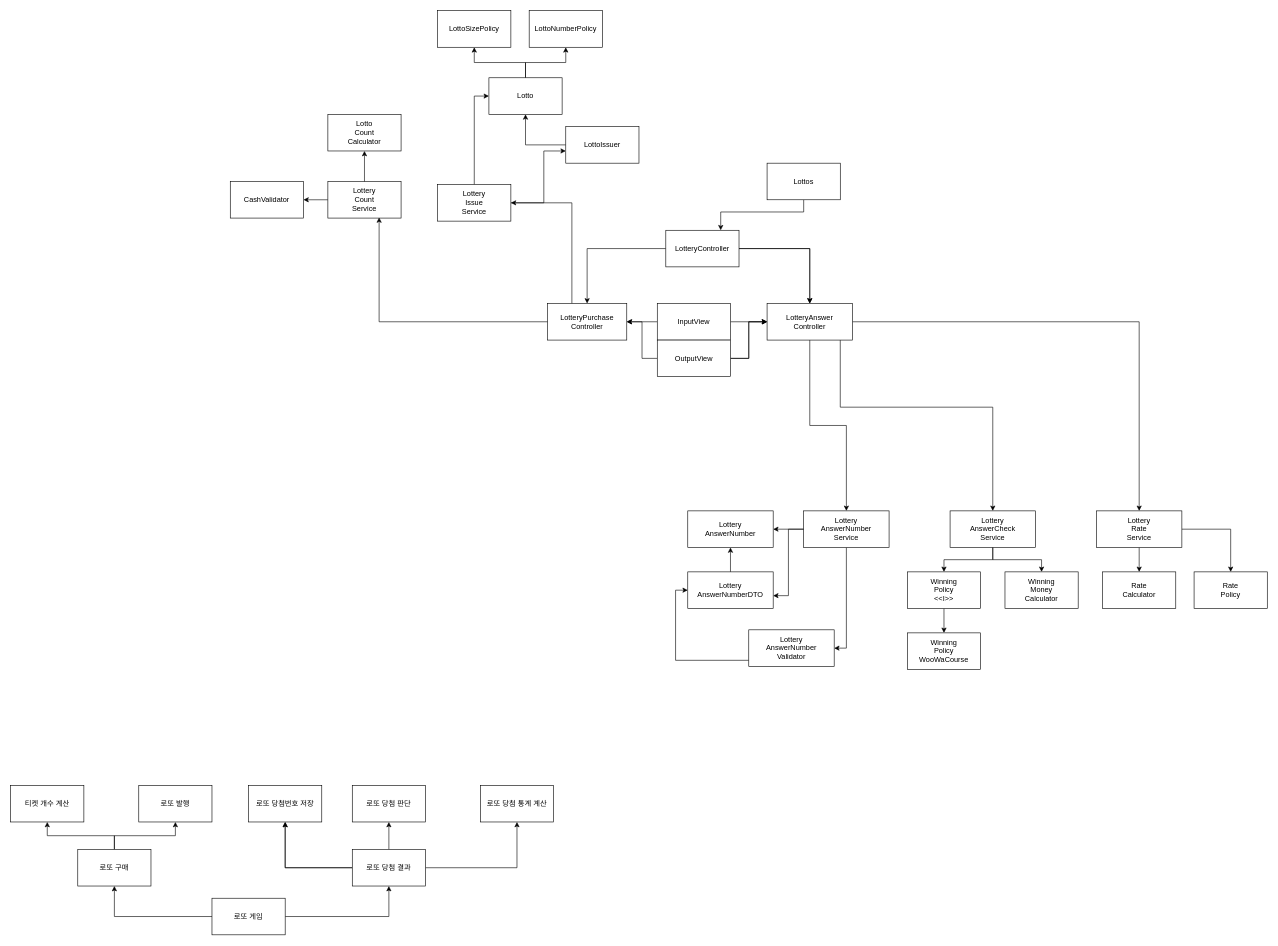
This is docs/로또게임-6기.drawio from woowacourse-precourse/java-lotto-6, a draw.io file, before an edit. Source tidied: cells renumbered, new cells numbered last; positions are measured from the earlier drawing's top-left corner, leaving out a move shared by most shapes. Both pictures are drawn from the tidied source at 61%, with x=0, y=0 at pixel (10, 10).
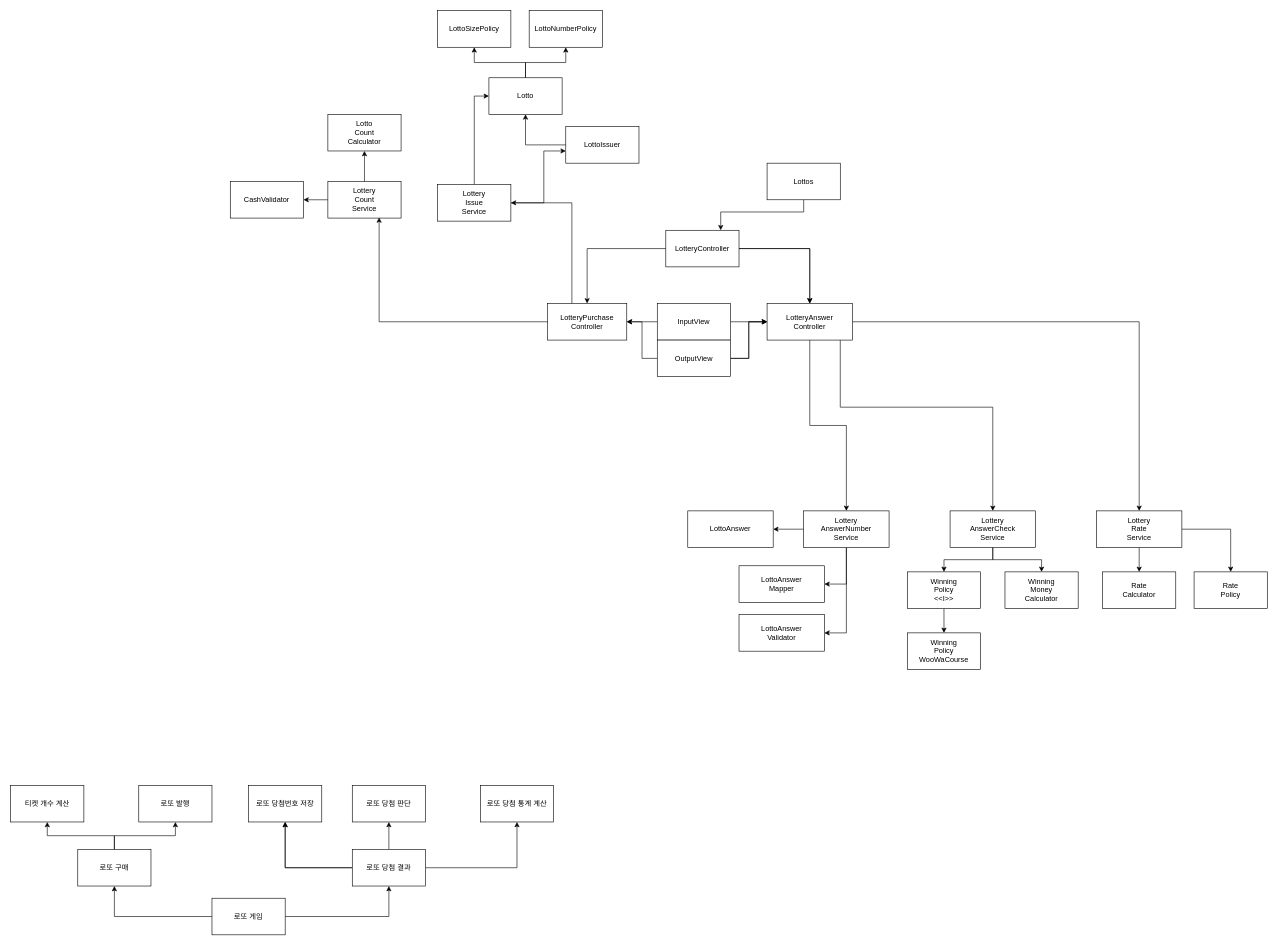
After the change.

Commit message:
로또게임-6기.drawio 업데이트

The change refers to these unchanged cells:
```xml
<mxCell id="16" value="Lottery&lt;br&gt;AnswerNumber&lt;br&gt;Service" style="rounded=0;whiteSpace=wrap;html=1;" parent="1" vertex="1">
  <mxGeometry x="1300" y="820" width="140" height="60" as="geometry" />
</mxCell>
```

Diff of the diagram source:
```diff
@@
+    <mxCell id="74" style="edgeStyle=orthogonalEdgeStyle;rounded=0;jettySize=auto;html=1;entryX=1;entryY=0.5;entryDx=0;entryDy=0;" parent="1" edge="1" source="16" target="75">
+      <mxGeometry relative="1" as="geometry" />
+    </mxCell>
@@
-    <mxCell id="17" style="edgeStyle=orthogonalEdgeStyle;rounded=0;jettySize=auto;html=1;" parent="1" edge="1" source="18" target="26">
-      <mxGeometry relative="1" as="geometry" />
-    </mxCell>
-    <mxCell id="18" value="Lottery&lt;br style=&quot;border-color: var(--border-color);&quot;&gt;AnswerNumberDTO" style="rounded=0;whiteSpace=wrap;html=1;" parent="1" vertex="1">
-      <mxGeometry x="1110" y="920" width="140" height="60" as="geometry" />
-    </mxCell>
-    <mxCell id="19" style="edgeStyle=orthogonalEdgeStyle;rounded=0;jettySize=auto;html=1;" parent="1" edge="1" source="20" target="18">
-      <mxGeometry relative="1" as="geometry">
-        <Array as="points">
-          <mxPoint x="1090" y="1065" />
-          <mxPoint x="1090" y="950" />
-        </Array>
-      </mxGeometry>
-    </mxCell>
-    <mxCell id="20" value="Lottery&lt;br style=&quot;border-color: var(--border-color);&quot;&gt;AnswerNumber&lt;br&gt;Validator" style="rounded=0;whiteSpace=wrap;html=1;" parent="1" vertex="1">
-      <mxGeometry x="1210" y="1015" width="140" height="60" as="geometry" />
+    <mxCell id="20" value="LottoAnswer&lt;br&gt;Validator" style="rounded=0;whiteSpace=wrap;html=1;" parent="1" vertex="1">
+      <mxGeometry x="1194" y="990" width="140" height="60" as="geometry" />
     </mxCell>
@@
-    <mxCell id="26" value="Lottery&lt;br&gt;AnswerNumber" style="rounded=0;whiteSpace=wrap;html=1;" parent="1" vertex="1">
+    <mxCell id="26" value="LottoAnswer" style="rounded=0;whiteSpace=wrap;html=1;" parent="1" vertex="1">
       <mxGeometry x="1110" y="820" width="140" height="60" as="geometry" />
     </mxCell>
@@
-    <mxCell id="71" style="edgeStyle=orthogonalEdgeStyle;rounded=0;jettySize=auto;html=1;entryX=1;entryY=0.65;entryDx=0;entryDy=0;entryPerimeter=0;" parent="1" edge="1" source="16" target="18">
-      <mxGeometry relative="1" as="geometry" />
-    </mxCell>
@@
+    <mxCell id="75" value="LottoAnswer&lt;br&gt;Mapper" style="rounded=0;whiteSpace=wrap;html=1;" parent="1" vertex="1">
+      <mxGeometry x="1194" y="910" width="140" height="60" as="geometry" />
+    </mxCell>
```
